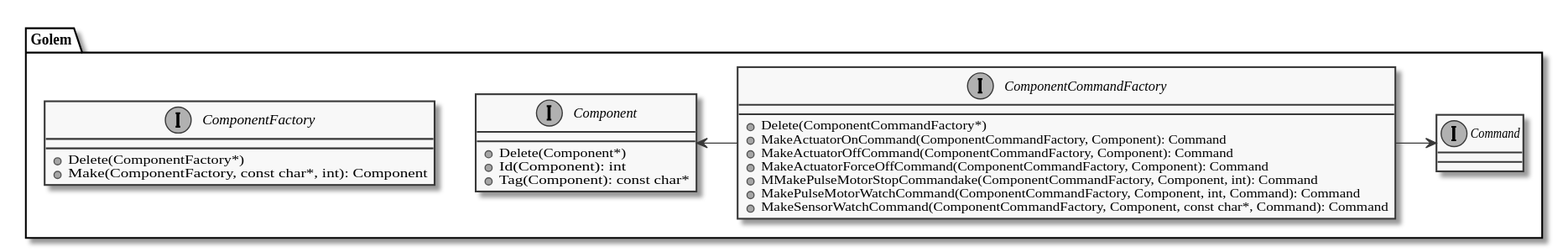
The PlantUML diagram doc/component_class_diagram.svg in kokabe2/golem, before a commit.
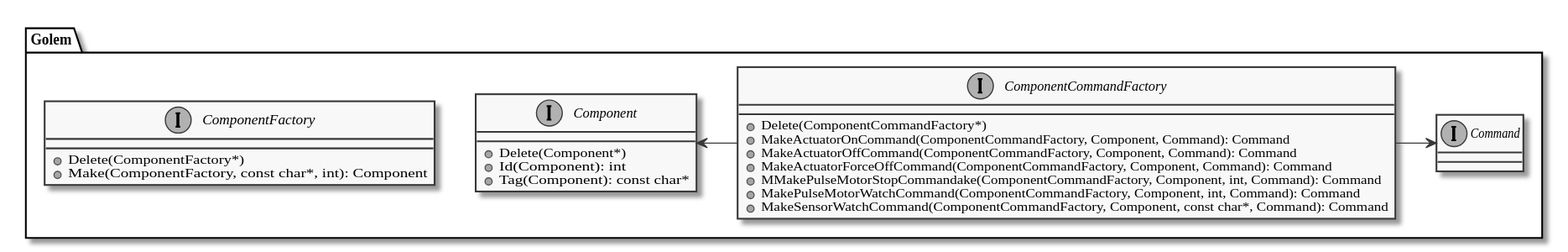
Later version of the same file.

Commit message:
Update class diagram

The edit, as a diff of the source:
```diff
@@ -18,10 +18,10 @@
 
         interface ComponentCommandFactory {
             + Delete(ComponentCommandFactory*)
-            + MakeActuatorOnCommand(ComponentCommandFactory, Component): Command
-            + MakeActuatorOffCommand(ComponentCommandFactory, Component): Command
-            + MakeActuatorForceOffCommand(ComponentCommandFactory, Component): Command
-            + MMakePulseMotorStopCommandake(ComponentCommandFactory, Component, int): Command
+            + MakeActuatorOnCommand(ComponentCommandFactory, Component, Command): Command
+            + MakeActuatorOffCommand(ComponentCommandFactory, Component, Command): Command
+            + MakeActuatorForceOffCommand(ComponentCommandFactory, Component, Command): Command
+            + MMakePulseMotorStopCommandake(ComponentCommandFactory, Component, int, Command): Command
             + MakePulseMotorWatchCommand(ComponentCommandFactory, Component, int, Command): Command
             + MakeSensorWatchCommand(ComponentCommandFactory, Component, const char*, Command): Command
         }
```
